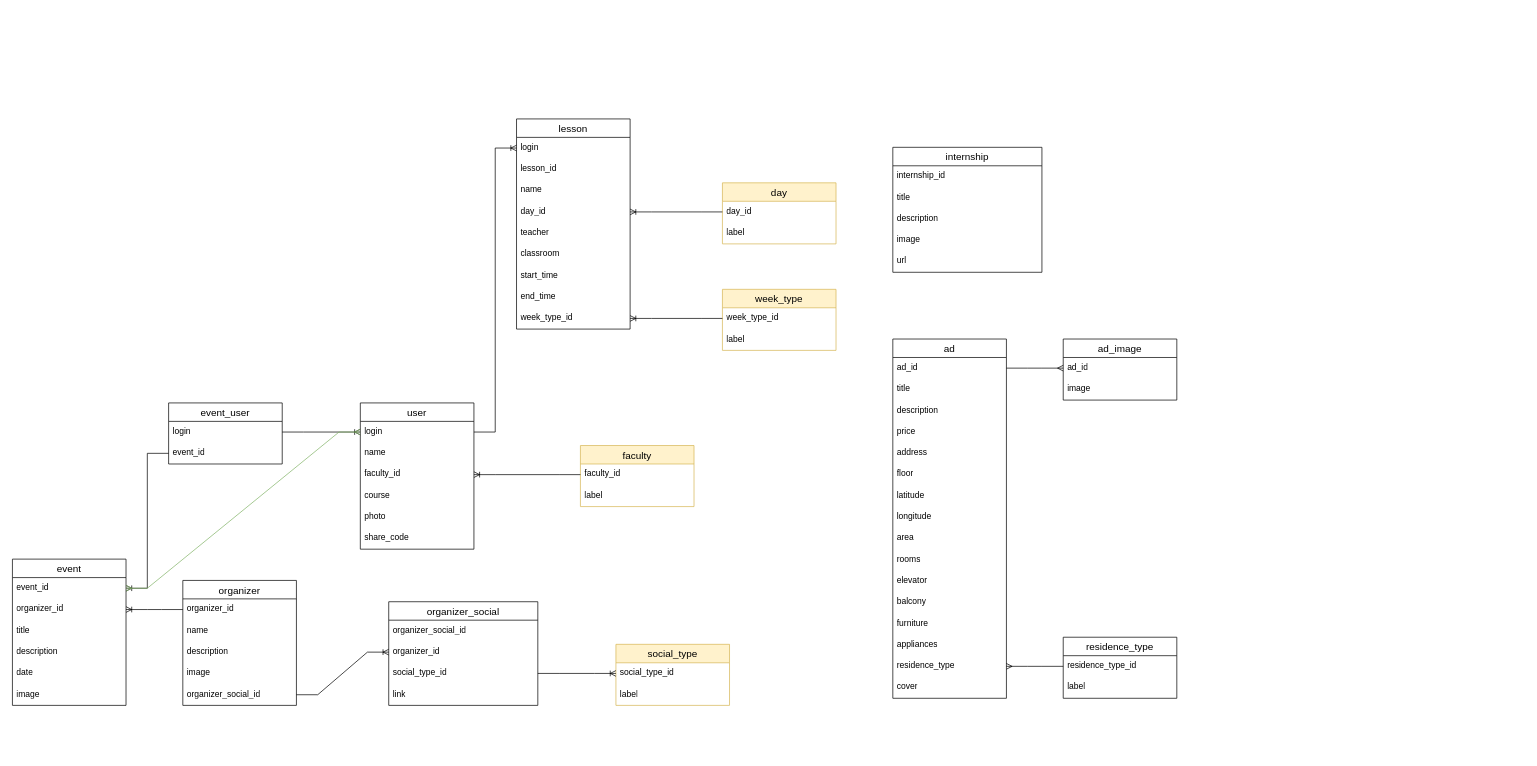
Before: additional/database_schema.drawio in nyasturano/student-life, a draw.io diagram. Source tidied: cells renumbered, new cells numbered last; positions are measured from the earlier drawing's top-left corner, leaving out a move shared by most shapes. Both pictures are drawn from the tidied source at 71%, with x=0, y=0 at pixel (12, 119).
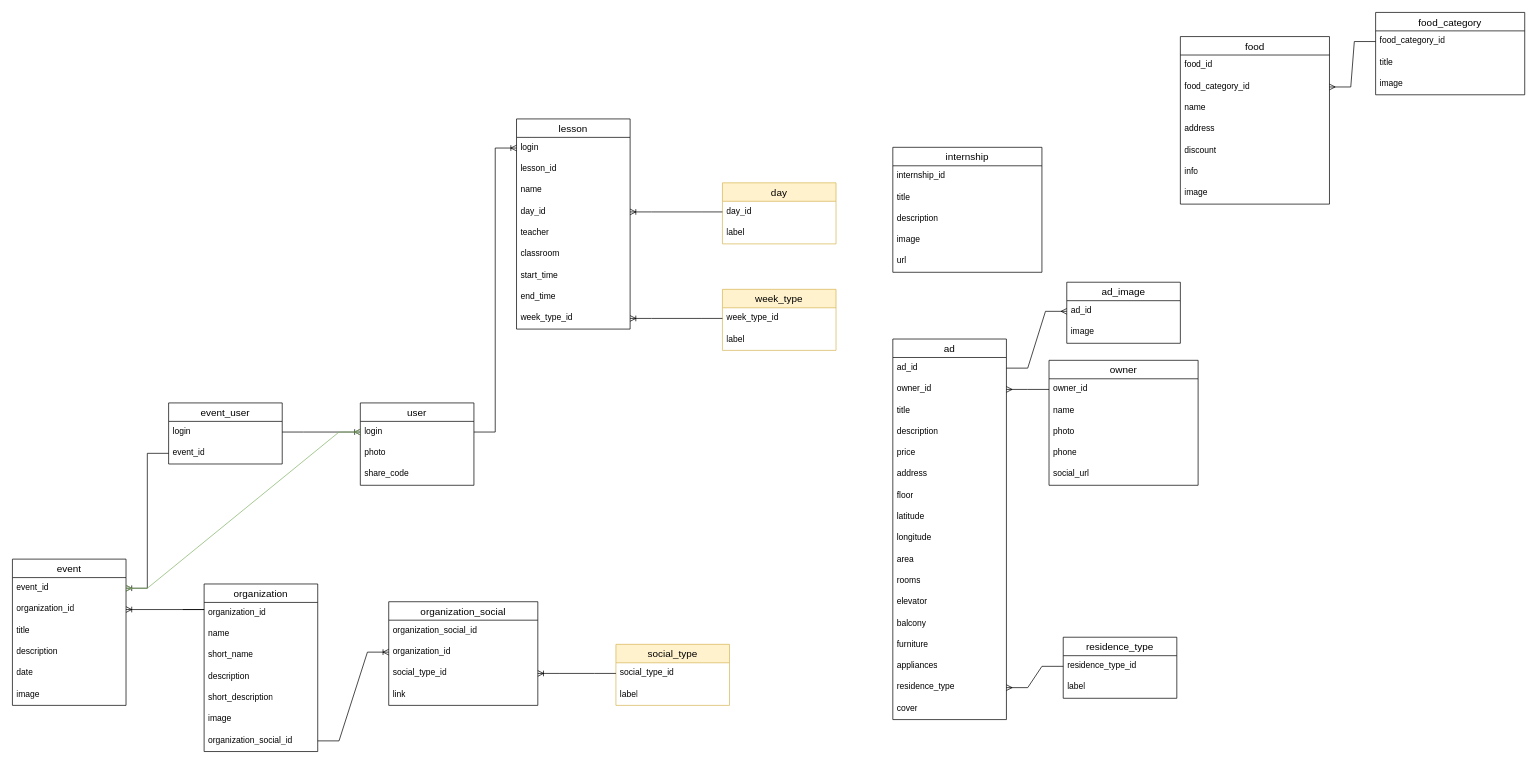
The same diagram, later.

The change refers to these unchanged cells:
```xml
<mxCell id="2" value="event" style="swimlane;fontStyle=0;horizontal=1;startSize=26;align=center;fontSize=14;" parent="1" vertex="1">
  <mxGeometry y="620" width="160" height="206" as="geometry" />
</mxCell>
<mxCell id="25" value="social_type_id" style="text;strokeColor=none;fillColor=none;spacingLeft=4;spacingRight=4;overflow=hidden;points=[[0,0.5],[1,0.5]];portConstraint=eastwest;fontSize=12;whiteSpace=wrap;html=1;" parent="22" vertex="1">
  <mxGeometry y="86" width="210" height="30" as="geometry" />
</mxCell>
<mxCell id="28" value="social_type_id" style="text;strokeColor=none;fillColor=none;spacingLeft=4;spacingRight=4;overflow=hidden;points=[[0,0.5],[1,0.5]];portConstraint=eastwest;fontSize=12;whiteSpace=wrap;html=1;" parent="27" vertex="1">
  <mxGeometry y="26" width="160" height="30" as="geometry" />
</mxCell>
```

The edit, as a diff of the source:
```diff
@@
-    <mxCell id="4" value="organizer_id" style="text;strokeColor=none;fillColor=none;spacingLeft=4;spacingRight=4;overflow=hidden;points=[[0,0.5],[1,0.5]];portConstraint=eastwest;fontSize=12;whiteSpace=wrap;html=1;" parent="2" vertex="1">
+    <mxCell id="4" value="organization_id" style="text;strokeColor=none;fillColor=none;spacingLeft=4;spacingRight=4;overflow=hidden;points=[[0,0.5],[1,0.5]];portConstraint=eastwest;fontSize=12;whiteSpace=wrap;html=1;" parent="2" vertex="1">
       <mxGeometry y="56" width="160" height="30" as="geometry" />
     </mxCell>
@@
     <mxCell id="9" value="user" style="swimlane;fontStyle=0;horizontal=1;startSize=26;align=center;fontSize=14;" parent="1" vertex="1">
-      <mxGeometry x="490" y="400" width="160" height="206" as="geometry" />
+      <mxGeometry x="490" y="400" width="160" height="116" as="geometry" />
     </mxCell>
@@
-    <mxCell id="11" value="name" style="text;strokeColor=none;fillColor=none;spacingLeft=4;spacingRight=4;overflow=hidden;fontSize=12;whiteSpace=wrap;html=1;" parent="9" vertex="1">
-      <mxGeometry y="56" width="160" height="30" as="geometry" />
-    </mxCell>
-    <mxCell id="12" value="faculty_id" style="text;strokeColor=none;fillColor=none;spacingLeft=4;spacingRight=4;overflow=hidden;points=[[0,0.5],[1,0.5]];portConstraint=eastwest;fontSize=12;whiteSpace=wrap;html=1;" parent="9" vertex="1">
-      <mxGeometry y="86" width="160" height="30" as="geometry" />
-    </mxCell>
-    <mxCell id="13" value="course" style="text;strokeColor=none;fillColor=none;spacingLeft=4;spacingRight=4;overflow=hidden;fontSize=12;whiteSpace=wrap;html=1;" parent="9" vertex="1">
-      <mxGeometry y="116" width="160" height="30" as="geometry" />
-    </mxCell>
     <mxCell id="14" value="photo" style="text;strokeColor=none;fillColor=none;spacingLeft=4;spacingRight=4;overflow=hidden;fontSize=12;whiteSpace=wrap;html=1;" parent="9" vertex="1">
-      <mxGeometry y="146" width="160" height="30" as="geometry" />
+      <mxGeometry y="56" width="160" height="30" as="geometry" />
     </mxCell>
     <mxCell id="15" value="share_code" style="text;strokeColor=none;fillColor=none;spacingLeft=4;spacingRight=4;overflow=hidden;fontSize=12;whiteSpace=wrap;html=1;" parent="9" vertex="1">
-      <mxGeometry y="176" width="160" height="30" as="geometry" />
+      <mxGeometry y="86" width="160" height="30" as="geometry" />
     </mxCell>
-    <mxCell id="16" value="organizer" style="swimlane;fontStyle=0;horizontal=1;startSize=26;align=center;fontSize=14;" parent="1" vertex="1">
-      <mxGeometry x="240" y="650" width="160" height="176" as="geometry" />
-    </mxCell>
-    <mxCell id="17" value="organizer_id" style="text;strokeColor=none;fillColor=none;spacingLeft=4;spacingRight=4;overflow=hidden;points=[[0,0.5],[1,0.5]];portConstraint=eastwest;fontSize=12;whiteSpace=wrap;html=1;" parent="16" vertex="1">
-      <mxGeometry y="26" width="160" height="30" as="geometry" />
-    </mxCell>
-    <mxCell id="18" value="name" style="text;strokeColor=none;fillColor=none;spacingLeft=4;spacingRight=4;overflow=hidden;fontSize=12;whiteSpace=wrap;html=1;" parent="16" vertex="1">
-      <mxGeometry y="56" width="160" height="30" as="geometry" />
-    </mxCell>
-    <mxCell id="19" value="description" style="text;strokeColor=none;fillColor=none;spacingLeft=4;spacingRight=4;overflow=hidden;fontSize=12;whiteSpace=wrap;html=1;" parent="16" vertex="1">
-      <mxGeometry y="86" width="160" height="30" as="geometry" />
-    </mxCell>
-    <mxCell id="20" value="image" style="text;strokeColor=none;fillColor=none;spacingLeft=4;spacingRight=4;overflow=hidden;fontSize=12;whiteSpace=wrap;html=1;" parent="16" vertex="1">
-      <mxGeometry y="116" width="160" height="30" as="geometry" />
-    </mxCell>
-    <mxCell id="21" value="organizer_social_id" style="text;strokeColor=none;fillColor=none;spacingLeft=4;spacingRight=4;overflow=hidden;points=[[0,0.5],[1,0.5]];portConstraint=eastwest;fontSize=12;whiteSpace=wrap;html=1;" parent="16" vertex="1">
-      <mxGeometry y="146" width="160" height="30" as="geometry" />
-    </mxCell>
-    <mxCell id="22" value="organizer_social" style="swimlane;fontStyle=0;horizontal=1;startSize=26;align=center;fontSize=14;" parent="1" vertex="1">
+    <mxCell id="22" value="organization_social" style="swimlane;fontStyle=0;horizontal=1;startSize=26;align=center;fontSize=14;" parent="1" vertex="1">
       <mxGeometry x="530" y="680" width="210" height="146" as="geometry" />
     </mxCell>
-    <mxCell id="23" value="organizer_social_id" style="text;strokeColor=none;fillColor=none;spacingLeft=4;spacingRight=4;overflow=hidden;fontSize=12;whiteSpace=wrap;html=1;" parent="22" vertex="1">
+    <mxCell id="23" value="organization_social_id" style="text;strokeColor=none;fillColor=none;spacingLeft=4;spacingRight=4;overflow=hidden;fontSize=12;whiteSpace=wrap;html=1;" parent="22" vertex="1">
       <mxGeometry y="26" width="210" height="30" as="geometry" />
     </mxCell>
-    <mxCell id="24" value="organizer_id" style="text;strokeColor=none;fillColor=none;spacingLeft=4;spacingRight=4;overflow=hidden;points=[[0,0.5],[1,0.5]];portConstraint=eastwest;fontSize=12;whiteSpace=wrap;html=1;" parent="22" vertex="1">
+    <mxCell id="24" value="organization_id" style="text;strokeColor=none;fillColor=none;spacingLeft=4;spacingRight=4;overflow=hidden;points=[[0,0.5],[1,0.5]];portConstraint=eastwest;fontSize=12;whiteSpace=wrap;html=1;" parent="22" vertex="1">
       <mxGeometry y="56" width="210" height="30" as="geometry" />
     </mxCell>
@@
-    <mxCell id="30" style="edgeStyle=entityRelationEdgeStyle;fontSize=12;html=1;endArrow=ERoneToMany;rounded=0;exitX=0;exitY=0.5;exitDx=0;exitDy=0;entryX=1;entryY=0.5;entryDx=0;entryDy=0;" parent="1" edge="1" source="17" target="4">
-      <mxGeometry relative="1" as="geometry" />
+    <mxCell id="30" style="edgeStyle=entityRelationEdgeStyle;fontSize=12;html=1;endArrow=ERoneToMany;rounded=0;exitX=0;exitY=0.5;exitDx=0;exitDy=0;entryX=1;entryY=0.5;entryDx=0;entryDy=0;" parent="1" edge="1" target="4">
+      <mxGeometry relative="1" as="geometry">
+        <mxPoint x="240" y="691" as="sourcePoint" />
+      </mxGeometry>
     </mxCell>
-    <mxCell id="31" style="edgeStyle=entityRelationEdgeStyle;fontSize=12;html=1;endArrow=ERoneToMany;rounded=0;entryX=0;entryY=0.5;entryDx=0;entryDy=0;" parent="1" edge="1" source="21" target="24">
+    <mxCell id="31" style="edgeStyle=entityRelationEdgeStyle;fontSize=12;html=1;endArrow=ERoneToMany;rounded=0;entryX=0;entryY=0.5;entryDx=0;entryDy=0;exitX=1;exitY=0.5;exitDx=0;exitDy=0;" parent="1" edge="1" source="100" target="24">
       <mxGeometry relative="1" as="geometry" />
     </mxCell>
-    <mxCell id="32" style="edgeStyle=entityRelationEdgeStyle;fontSize=12;html=1;endArrow=ERoneToMany;rounded=0;exitX=1;exitY=0.5;exitDx=0;exitDy=0;" parent="1" edge="1" source="25" target="28">
+    <mxCell id="32" style="edgeStyle=entityRelationEdgeStyle;fontSize=12;html=1;endArrow=ERoneToMany;rounded=0;exitX=0;exitY=0.5;exitDx=0;exitDy=0;" parent="1" edge="1" source="28" target="25">
       <mxGeometry relative="1" as="geometry" />
     </mxCell>
     <mxCell id="33" value="ad" style="swimlane;fontStyle=0;horizontal=1;startSize=26;align=center;fontSize=14;" parent="1" vertex="1">
-      <mxGeometry x="1240" y="310" width="160" height="506" as="geometry" />
+      <mxGeometry x="1240" y="310" width="160" height="536" as="geometry" />
     </mxCell>
@@
+    <mxCell id="93" value="owner_id" style="text;strokeColor=none;fillColor=none;spacingLeft=4;spacingRight=4;overflow=hidden;points=[[0,0.5],[1,0.5]];portConstraint=eastwest;fontSize=12;whiteSpace=wrap;html=1;" parent="33" vertex="1">
+      <mxGeometry y="56" width="160" height="30" as="geometry" />
+    </mxCell>
     <mxCell id="35" value="title" style="text;strokeColor=none;fillColor=none;spacingLeft=4;spacingRight=4;overflow=hidden;fontSize=12;whiteSpace=wrap;html=1;" parent="33" vertex="1">
-      <mxGeometry y="56" width="160" height="30" as="geometry" />
+      <mxGeometry y="86" width="160" height="30" as="geometry" />
     </mxCell>
     <mxCell id="36" value="description" style="text;strokeColor=none;fillColor=none;spacingLeft=4;spacingRight=4;overflow=hidden;fontSize=12;whiteSpace=wrap;html=1;" parent="33" vertex="1">
-      <mxGeometry y="86" width="160" height="30" as="geometry" />
+      <mxGeometry y="116" width="160" height="30" as="geometry" />
     </mxCell>
     <mxCell id="37" value="price" style="text;strokeColor=none;fillColor=none;spacingLeft=4;spacingRight=4;overflow=hidden;fontSize=12;whiteSpace=wrap;html=1;" parent="33" vertex="1">
-      <mxGeometry y="116" width="160" height="30" as="geometry" />
+      <mxGeometry y="146" width="160" height="30" as="geometry" />
     </mxCell>
     <mxCell id="38" value="address" style="text;strokeColor=none;fillColor=none;spacingLeft=4;spacingRight=4;overflow=hidden;fontSize=12;whiteSpace=wrap;html=1;" parent="33" vertex="1">
-      <mxGeometry y="146" width="160" height="30" as="geometry" />
+      <mxGeometry y="176" width="160" height="30" as="geometry" />
     </mxCell>
     <mxCell id="39" value="floor" style="text;strokeColor=none;fillColor=none;spacingLeft=4;spacingRight=4;overflow=hidden;fontSize=12;whiteSpace=wrap;html=1;" parent="33" vertex="1">
-      <mxGeometry y="176" width="160" height="30" as="geometry" />
+      <mxGeometry y="206" width="160" height="30" as="geometry" />
     </mxCell>
     <mxCell id="40" value="latitude" style="text;strokeColor=none;fillColor=none;spacingLeft=4;spacingRight=4;overflow=hidden;fontSize=12;whiteSpace=wrap;html=1;" parent="33" vertex="1">
-      <mxGeometry y="206" width="160" height="30" as="geometry" />
+      <mxGeometry y="236" width="160" height="30" as="geometry" />
     </mxCell>
     <mxCell id="41" value="longitude" style="text;strokeColor=none;fillColor=none;spacingLeft=4;spacingRight=4;overflow=hidden;fontSize=12;whiteSpace=wrap;html=1;" parent="33" vertex="1">
-      <mxGeometry y="236" width="160" height="30" as="geometry" />
+      <mxGeometry y="266" width="160" height="30" as="geometry" />
     </mxCell>
     <mxCell id="42" value="area" style="text;strokeColor=none;fillColor=none;spacingLeft=4;spacingRight=4;overflow=hidden;fontSize=12;whiteSpace=wrap;html=1;" parent="33" vertex="1">
-      <mxGeometry y="266" width="160" height="30" as="geometry" />
+      <mxGeometry y="296" width="160" height="30" as="geometry" />
     </mxCell>
     <mxCell id="43" value="rooms" style="text;strokeColor=none;fillColor=none;spacingLeft=4;spacingRight=4;overflow=hidden;fontSize=12;whiteSpace=wrap;html=1;" parent="33" vertex="1">
-      <mxGeometry y="296" width="160" height="30" as="geometry" />
+      <mxGeometry y="326" width="160" height="30" as="geometry" />
     </mxCell>
     <mxCell id="44" value="elevator" style="text;strokeColor=none;fillColor=none;spacingLeft=4;spacingRight=4;overflow=hidden;fontSize=12;whiteSpace=wrap;html=1;" parent="33" vertex="1">
-      <mxGeometry y="326" width="160" height="30" as="geometry" />
+      <mxGeometry y="356" width="160" height="30" as="geometry" />
     </mxCell>
     <mxCell id="45" value="balcony" style="text;strokeColor=none;fillColor=none;spacingLeft=4;spacingRight=4;overflow=hidden;fontSize=12;whiteSpace=wrap;html=1;" parent="33" vertex="1">
-      <mxGeometry y="356" width="160" height="30" as="geometry" />
+      <mxGeometry y="386" width="160" height="30" as="geometry" />
     </mxCell>
     <mxCell id="46" value="furniture" style="text;strokeColor=none;fillColor=none;spacingLeft=4;spacingRight=4;overflow=hidden;fontSize=12;whiteSpace=wrap;html=1;" parent="33" vertex="1">
-      <mxGeometry y="386" width="160" height="30" as="geometry" />
+      <mxGeometry y="416" width="160" height="30" as="geometry" />
     </mxCell>
     <mxCell id="47" value="appliances" style="text;strokeColor=none;fillColor=none;spacingLeft=4;spacingRight=4;overflow=hidden;fontSize=12;whiteSpace=wrap;html=1;" parent="33" vertex="1">
-      <mxGeometry y="416" width="160" height="30" as="geometry" />
+      <mxGeometry y="446" width="160" height="30" as="geometry" />
     </mxCell>
     <mxCell id="48" value="residence_type" style="text;strokeColor=none;fillColor=none;spacingLeft=4;spacingRight=4;overflow=hidden;points=[[0,0.5],[1,0.5]];portConstraint=eastwest;fontSize=12;whiteSpace=wrap;html=1;" parent="33" vertex="1">
-      <mxGeometry y="446" width="160" height="30" as="geometry" />
+      <mxGeometry y="476" width="160" height="30" as="geometry" />
     </mxCell>
     <mxCell id="49" value="cover" style="text;strokeColor=none;fillColor=none;spacingLeft=4;spacingRight=4;overflow=hidden;fontSize=12;whiteSpace=wrap;html=1;" parent="33" vertex="1">
-      <mxGeometry y="476" width="160" height="30" as="geometry" />
+      <mxGeometry y="506" width="160" height="30" as="geometry" />
     </mxCell>
@@
-    <mxCell id="80" value="faculty" style="swimlane;fontStyle=0;horizontal=1;startSize=26;align=center;fontSize=14;fillColor=#fff2cc;strokeColor=#d6b656;" parent="1" vertex="1">
-      <mxGeometry x="800" y="460" width="160" height="86" as="geometry" />
-    </mxCell>
-    <mxCell id="81" value="faculty_id" style="text;strokeColor=none;fillColor=none;spacingLeft=4;spacingRight=4;overflow=hidden;points=[[0,0.5],[1,0.5]];portConstraint=eastwest;fontSize=12;whiteSpace=wrap;html=1;" parent="80" vertex="1">
-      <mxGeometry y="26" width="160" height="30" as="geometry" />
-    </mxCell>
-    <mxCell id="82" value="label" style="text;strokeColor=none;fillColor=none;spacingLeft=4;spacingRight=4;overflow=hidden;fontSize=12;whiteSpace=wrap;html=1;" parent="80" vertex="1">
-      <mxGeometry y="56" width="160" height="30" as="geometry" />
-    </mxCell>
-    <mxCell id="83" style="edgeStyle=entityRelationEdgeStyle;fontSize=12;html=1;endArrow=ERoneToMany;rounded=0;exitX=0;exitY=0.5;exitDx=0;exitDy=0;" parent="1" edge="1" source="81" target="12">
-      <mxGeometry relative="1" as="geometry" />
-    </mxCell>
@@
     <mxCell id="85" value="ad_image" style="swimlane;fontStyle=0;horizontal=1;startSize=26;align=center;fontSize=14;" parent="1" vertex="1">
-      <mxGeometry x="1480" y="310" width="160" height="86" as="geometry" />
+      <mxGeometry x="1485" y="230" width="160" height="86" as="geometry" />
     </mxCell>
@@
+    <mxCell id="94" value="organization" style="swimlane;fontStyle=0;horizontal=1;startSize=26;align=center;fontSize=14;" parent="1" vertex="1">
+      <mxGeometry x="270" y="655" width="160" height="236" as="geometry" />
+    </mxCell>
+    <mxCell id="95" value="organization_id" style="text;strokeColor=none;fillColor=none;spacingLeft=4;spacingRight=4;overflow=hidden;fontSize=12;whiteSpace=wrap;html=1;" parent="94" vertex="1">
+      <mxGeometry y="26" width="160" height="30" as="geometry" />
+    </mxCell>
+    <mxCell id="96" value="name" style="text;strokeColor=none;fillColor=none;spacingLeft=4;spacingRight=4;overflow=hidden;fontSize=12;whiteSpace=wrap;html=1;" parent="94" vertex="1">
+      <mxGeometry y="56" width="160" height="30" as="geometry" />
+    </mxCell>
+    <mxCell id="97" value="short_name" style="text;strokeColor=none;fillColor=none;spacingLeft=4;spacingRight=4;overflow=hidden;fontSize=12;whiteSpace=wrap;html=1;" parent="94" vertex="1">
+      <mxGeometry y="86" width="160" height="30" as="geometry" />
+    </mxCell>
+    <mxCell id="19" value="description" style="text;strokeColor=none;fillColor=none;spacingLeft=4;spacingRight=4;overflow=hidden;fontSize=12;whiteSpace=wrap;html=1;" parent="94" vertex="1">
+      <mxGeometry y="116" width="160" height="30" as="geometry" />
+    </mxCell>
+    <mxCell id="98" value="short_description" style="text;strokeColor=none;fillColor=none;spacingLeft=4;spacingRight=4;overflow=hidden;fontSize=12;whiteSpace=wrap;html=1;" parent="94" vertex="1">
+      <mxGeometry y="146" width="160" height="30" as="geometry" />
+    </mxCell>
+    <mxCell id="99" value="image" style="text;strokeColor=none;fillColor=none;spacingLeft=4;spacingRight=4;overflow=hidden;fontSize=12;whiteSpace=wrap;html=1;" parent="94" vertex="1">
+      <mxGeometry y="176" width="160" height="30" as="geometry" />
+    </mxCell>
+    <mxCell id="100" value="organization_social_id" style="text;strokeColor=none;fillColor=none;spacingLeft=4;spacingRight=4;overflow=hidden;points=[[0,0.5],[1,0.5]];portConstraint=eastwest;fontSize=12;whiteSpace=wrap;html=1;" parent="94" vertex="1">
+      <mxGeometry y="206" width="160" height="30" as="geometry" />
+    </mxCell>
+    <mxCell id="101" value="owner" style="swimlane;fontStyle=0;horizontal=1;startSize=26;align=center;fontSize=14;" parent="1" vertex="1">
+      <mxGeometry x="1460" y="340" width="210" height="176" as="geometry" />
+    </mxCell>
+    <mxCell id="102" value="owner_id" style="text;strokeColor=none;fillColor=none;spacingLeft=4;spacingRight=4;overflow=hidden;points=[[0,0.5],[1,0.5]];portConstraint=eastwest;fontSize=12;whiteSpace=wrap;html=1;" parent="101" vertex="1">
+      <mxGeometry y="26" width="210" height="30" as="geometry" />
+    </mxCell>
+    <mxCell id="103" value="name" style="text;strokeColor=none;fillColor=none;spacingLeft=4;spacingRight=4;overflow=hidden;fontSize=12;whiteSpace=wrap;html=1;" parent="101" vertex="1">
+      <mxGeometry y="56" width="210" height="30" as="geometry" />
+    </mxCell>
+    <mxCell id="104" value="photo" style="text;strokeColor=none;fillColor=none;spacingLeft=4;spacingRight=4;overflow=hidden;fontSize=12;whiteSpace=wrap;html=1;" parent="101" vertex="1">
+      <mxGeometry y="86" width="210" height="30" as="geometry" />
+    </mxCell>
+    <mxCell id="105" value="phone" style="text;strokeColor=none;fillColor=none;spacingLeft=4;spacingRight=4;overflow=hidden;fontSize=12;whiteSpace=wrap;html=1;" parent="101" vertex="1">
+      <mxGeometry y="116" width="210" height="30" as="geometry" />
+    </mxCell>
+    <mxCell id="106" value="social_url" style="text;strokeColor=none;fillColor=none;spacingLeft=4;spacingRight=4;overflow=hidden;fontSize=12;whiteSpace=wrap;html=1;" parent="101" vertex="1">
+      <mxGeometry y="146" width="210" height="30" as="geometry" />
+    </mxCell>
+    <mxCell id="107" style="edgeStyle=entityRelationEdgeStyle;fontSize=12;html=1;endArrow=ERmany;rounded=0;exitX=0;exitY=0.5;exitDx=0;exitDy=0;" parent="1" edge="1" source="102" target="93">
+      <mxGeometry relative="1" as="geometry" />
+    </mxCell>
+    <mxCell id="108" value="food" style="swimlane;fontStyle=0;horizontal=1;startSize=26;align=center;fontSize=14;" parent="1" vertex="1">
+      <mxGeometry x="1645" y="-116" width="210" height="236" as="geometry" />
+    </mxCell>
+    <mxCell id="109" value="food_id" style="text;strokeColor=none;fillColor=none;spacingLeft=4;spacingRight=4;overflow=hidden;fontSize=12;whiteSpace=wrap;html=1;" parent="108" vertex="1">
+      <mxGeometry y="26" width="210" height="30" as="geometry" />
+    </mxCell>
+    <mxCell id="110" value="food_category_id" style="text;strokeColor=none;fillColor=none;spacingLeft=4;spacingRight=4;overflow=hidden;points=[[0,0.5],[1,0.5]];portConstraint=eastwest;fontSize=12;whiteSpace=wrap;html=1;" parent="108" vertex="1">
+      <mxGeometry y="56" width="210" height="30" as="geometry" />
+    </mxCell>
+    <mxCell id="111" value="name" style="text;strokeColor=none;fillColor=none;spacingLeft=4;spacingRight=4;overflow=hidden;fontSize=12;whiteSpace=wrap;html=1;" parent="108" vertex="1">
+      <mxGeometry y="86" width="210" height="30" as="geometry" />
+    </mxCell>
+    <mxCell id="112" value="address" style="text;strokeColor=none;fillColor=none;spacingLeft=4;spacingRight=4;overflow=hidden;fontSize=12;whiteSpace=wrap;html=1;" parent="108" vertex="1">
+      <mxGeometry y="116" width="210" height="30" as="geometry" />
+    </mxCell>
+    <mxCell id="113" value="discount" style="text;strokeColor=none;fillColor=none;spacingLeft=4;spacingRight=4;overflow=hidden;fontSize=12;whiteSpace=wrap;html=1;" parent="108" vertex="1">
+      <mxGeometry y="146" width="210" height="30" as="geometry" />
+    </mxCell>
+    <mxCell id="114" value="info" style="text;strokeColor=none;fillColor=none;spacingLeft=4;spacingRight=4;overflow=hidden;fontSize=12;whiteSpace=wrap;html=1;" parent="108" vertex="1">
+      <mxGeometry y="176" width="210" height="30" as="geometry" />
+    </mxCell>
+    <mxCell id="115" value="image" style="text;strokeColor=none;fillColor=none;spacingLeft=4;spacingRight=4;overflow=hidden;fontSize=12;whiteSpace=wrap;html=1;" parent="108" vertex="1">
+      <mxGeometry y="206" width="210" height="30" as="geometry" />
+    </mxCell>
+    <mxCell id="116" value="food_category" style="swimlane;fontStyle=0;horizontal=1;startSize=26;align=center;fontSize=14;" parent="1" vertex="1">
+      <mxGeometry x="1920" y="-150" width="210" height="116" as="geometry" />
+    </mxCell>
+    <mxCell id="117" value="food_category_id" style="text;strokeColor=none;fillColor=none;spacingLeft=4;spacingRight=4;overflow=hidden;points=[[0,0.5],[1,0.5]];portConstraint=eastwest;fontSize=12;whiteSpace=wrap;html=1;" parent="116" vertex="1">
+      <mxGeometry y="26" width="210" height="30" as="geometry" />
+    </mxCell>
+    <mxCell id="118" value="title" style="text;strokeColor=none;fillColor=none;spacingLeft=4;spacingRight=4;overflow=hidden;fontSize=12;whiteSpace=wrap;html=1;" parent="116" vertex="1">
+      <mxGeometry y="56" width="210" height="30" as="geometry" />
+    </mxCell>
+    <mxCell id="119" value="image" style="text;strokeColor=none;fillColor=none;spacingLeft=4;spacingRight=4;overflow=hidden;fontSize=12;whiteSpace=wrap;html=1;" parent="116" vertex="1">
+      <mxGeometry y="86" width="210" height="30" as="geometry" />
+    </mxCell>
+    <mxCell id="120" style="edgeStyle=entityRelationEdgeStyle;fontSize=12;html=1;endArrow=ERmany;rounded=0;entryX=1;entryY=0.5;entryDx=0;entryDy=0;exitX=0;exitY=0.5;exitDx=0;exitDy=0;" parent="1" edge="1" source="117" target="110">
+      <mxGeometry relative="1" as="geometry" />
+    </mxCell>
```
